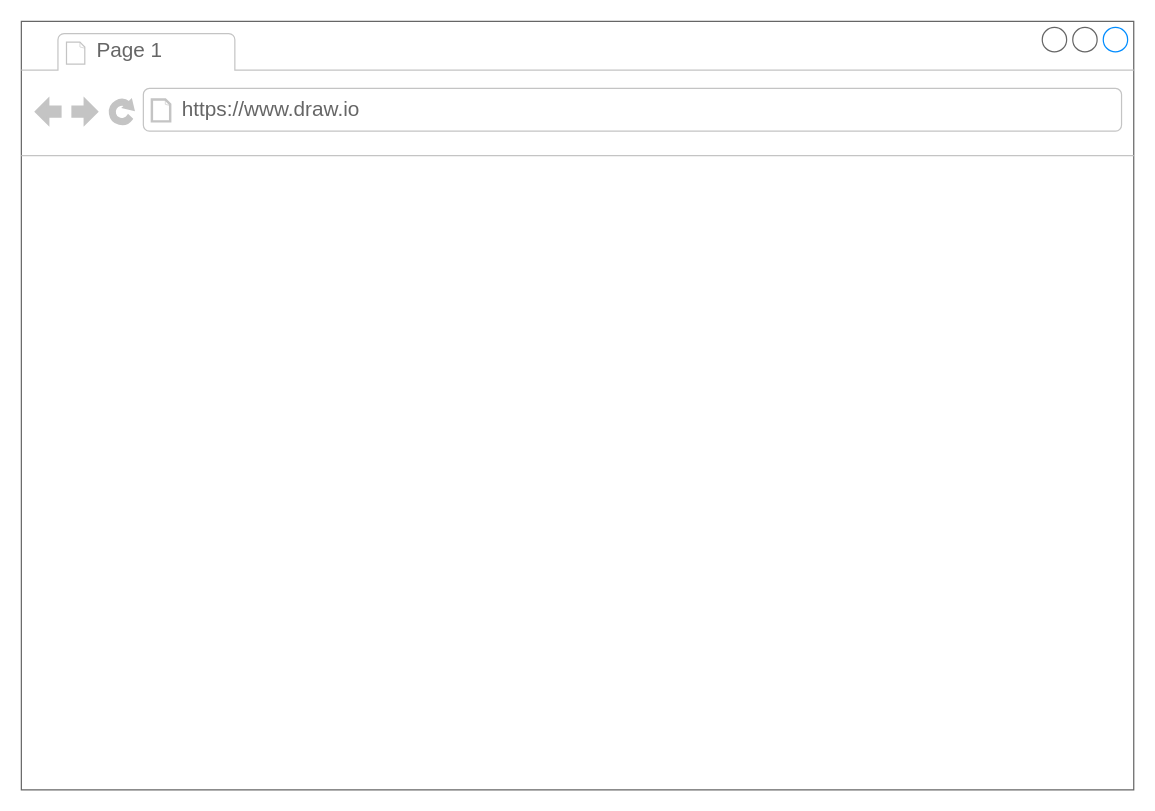
This is 20210805 AKAProc MockUp.drawio from ardianozi18/berkibar, a draw.io file, before an edit. Source tidied: cells renumbered, new cells numbered last; positions are measured from the earlier drawing's top-left corner, leaving out a move shared by most shapes. Both pictures are drawn from the tidied source at 122%, with x=0, y=0 at pixel (21, 21).
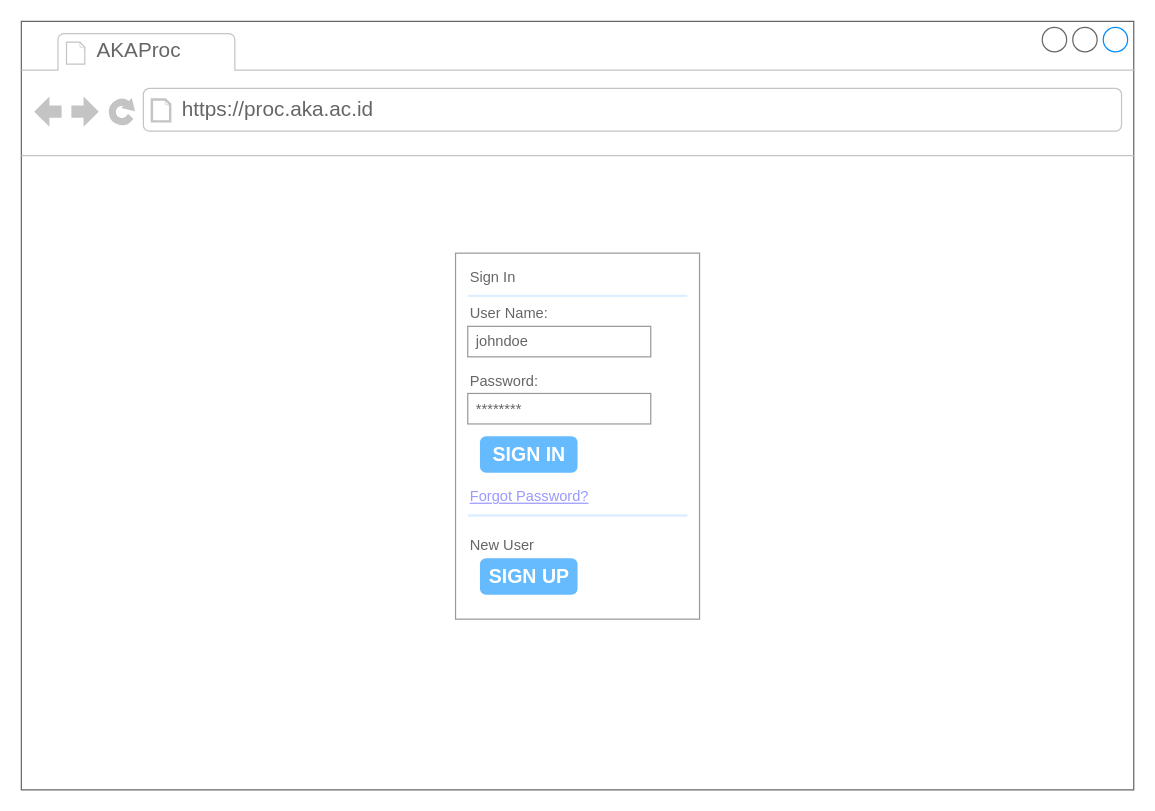
After the change.

The change refers to these unchanged cells:
```xml
<mxCell id="2" style="strokeWidth=1;shadow=0;dashed=0;align=center;html=1;shape=mxgraph.mockup.containers.browserWindow;rSize=0;strokeColor=#666666;strokeColor2=#008cff;strokeColor3=#c4c4c4;mainText=,;" parent="1" vertex="1">
  <mxGeometry width="911.8" height="630" as="geometry" />
</mxCell>
```

Change to the diagram source:
```diff
@@
-    <mxCell id="3" value="Page 1" style="strokeWidth=1;shadow=0;dashed=0;align=center;html=1;shape=mxgraph.mockup.containers.anchor;fontSize=17;fontColor=#666666;align=left;" parent="2" vertex="1">
+    <mxCell id="3" value="AKAProc" style="strokeWidth=1;shadow=0;dashed=0;align=center;html=1;shape=mxgraph.mockup.containers.anchor;fontSize=17;fontColor=#666666;align=left;" parent="2" vertex="1">
       <mxGeometry x="60" y="12" width="110" height="26" as="geometry" />
     </mxCell>
-    <mxCell id="4" value="https://www.draw.io" style="strokeWidth=1;shadow=0;dashed=0;align=center;html=1;shape=mxgraph.mockup.containers.anchor;rSize=0;fontSize=17;fontColor=#666666;align=left;" parent="2" vertex="1">
+    <mxCell id="4" value="https://proc.aka.ac.id" style="strokeWidth=1;shadow=0;dashed=0;align=center;html=1;shape=mxgraph.mockup.containers.anchor;rSize=0;fontSize=17;fontColor=#666666;align=left;" parent="2" vertex="1">
       <mxGeometry x="130" y="60" width="250" height="26" as="geometry" />
     </mxCell>
+    <mxCell id="5" style="strokeWidth=1;shadow=0;dashed=0;align=center;html=1;shape=mxgraph.mockup.forms.rrect;rSize=0;strokeColor=#999999;fillColor=#ffffff;" parent="2" vertex="1">
+      <mxGeometry x="355.9" y="190" width="200" height="300" as="geometry" />
+    </mxCell>
+    <mxCell id="6" value="Sign In" style="strokeWidth=1;shadow=0;dashed=0;align=center;html=1;shape=mxgraph.mockup.forms.anchor;fontSize=12;fontColor=#666666;align=left;spacingLeft=0;" parent="5" vertex="1">
+      <mxGeometry width="100" height="20" relative="1" as="geometry">
+        <mxPoint x="10" y="10" as="offset" />
+      </mxGeometry>
+    </mxCell>
+    <mxCell id="7" style="shape=line;strokeColor=#ddeeff;strokeWidth=2;html=1;" parent="5" vertex="1">
+      <mxGeometry width="180" height="10" relative="1" as="geometry">
+        <mxPoint x="10" y="30" as="offset" />
+      </mxGeometry>
+    </mxCell>
+    <mxCell id="8" value="User Name:" style="strokeWidth=1;shadow=0;dashed=0;align=center;html=1;shape=mxgraph.mockup.forms.anchor;fontSize=12;fontColor=#666666;align=left;spacingLeft=0;" parent="5" vertex="1">
+      <mxGeometry width="100" height="20" relative="1" as="geometry">
+        <mxPoint x="10" y="40" as="offset" />
+      </mxGeometry>
+    </mxCell>
+    <mxCell id="9" value="johndoe" style="strokeWidth=1;shadow=0;dashed=0;align=center;html=1;shape=mxgraph.mockup.forms.rrect;rSize=0;strokeColor=#999999;fontColor=#666666;align=left;spacingLeft=5;" parent="5" vertex="1">
+      <mxGeometry width="150" height="25" relative="1" as="geometry">
+        <mxPoint x="10" y="60" as="offset" />
+      </mxGeometry>
+    </mxCell>
+    <mxCell id="10" value="Password:" style="strokeWidth=1;shadow=0;dashed=0;align=center;html=1;shape=mxgraph.mockup.forms.anchor;fontSize=12;fontColor=#666666;align=left;spacingLeft=0;" parent="5" vertex="1">
+      <mxGeometry width="100" height="20" relative="1" as="geometry">
+        <mxPoint x="10" y="95" as="offset" />
+      </mxGeometry>
+    </mxCell>
+    <mxCell id="11" value="********" style="strokeWidth=1;shadow=0;dashed=0;align=center;html=1;shape=mxgraph.mockup.forms.rrect;rSize=0;strokeColor=#999999;fontColor=#666666;align=left;spacingLeft=5;" parent="5" vertex="1">
+      <mxGeometry width="150" height="25" relative="1" as="geometry">
+        <mxPoint x="10" y="115" as="offset" />
+      </mxGeometry>
+    </mxCell>
+    <mxCell id="12" value="SIGN IN" style="strokeWidth=1;shadow=0;dashed=0;align=center;html=1;shape=mxgraph.mockup.forms.rrect;rSize=5;strokeColor=none;fontColor=#ffffff;fillColor=#66bbff;fontSize=16;fontStyle=1;" parent="5" vertex="1">
+      <mxGeometry y="1" width="80" height="30" relative="1" as="geometry">
+        <mxPoint x="20" y="-150" as="offset" />
+      </mxGeometry>
+    </mxCell>
+    <mxCell id="13" value="Forgot Password?" style="strokeWidth=1;shadow=0;dashed=0;align=center;html=1;shape=mxgraph.mockup.forms.anchor;fontSize=12;fontColor=#9999ff;align=left;spacingLeft=0;fontStyle=4;" parent="5" vertex="1">
+      <mxGeometry y="1" width="150" height="20" relative="1" as="geometry">
+        <mxPoint x="10" y="-110" as="offset" />
+      </mxGeometry>
+    </mxCell>
+    <mxCell id="14" style="shape=line;strokeColor=#ddeeff;strokeWidth=2;html=1;" parent="5" vertex="1">
+      <mxGeometry y="1" width="180" height="10" relative="1" as="geometry">
+        <mxPoint x="10" y="-90" as="offset" />
+      </mxGeometry>
+    </mxCell>
+    <mxCell id="15" value="New User" style="strokeWidth=1;shadow=0;dashed=0;align=center;html=1;shape=mxgraph.mockup.forms.anchor;fontSize=12;fontColor=#666666;align=left;spacingLeft=0;" parent="5" vertex="1">
+      <mxGeometry y="1" width="150" height="20" relative="1" as="geometry">
+        <mxPoint x="10" y="-70" as="offset" />
+      </mxGeometry>
+    </mxCell>
+    <mxCell id="16" value="SIGN UP" style="strokeWidth=1;shadow=0;dashed=0;align=center;html=1;shape=mxgraph.mockup.forms.rrect;rSize=5;strokeColor=none;fontColor=#ffffff;fillColor=#66bbff;fontSize=16;fontStyle=1;" parent="5" vertex="1">
+      <mxGeometry y="1" width="80" height="30" relative="1" as="geometry">
+        <mxPoint x="20" y="-50" as="offset" />
+      </mxGeometry>
+    </mxCell>
```
